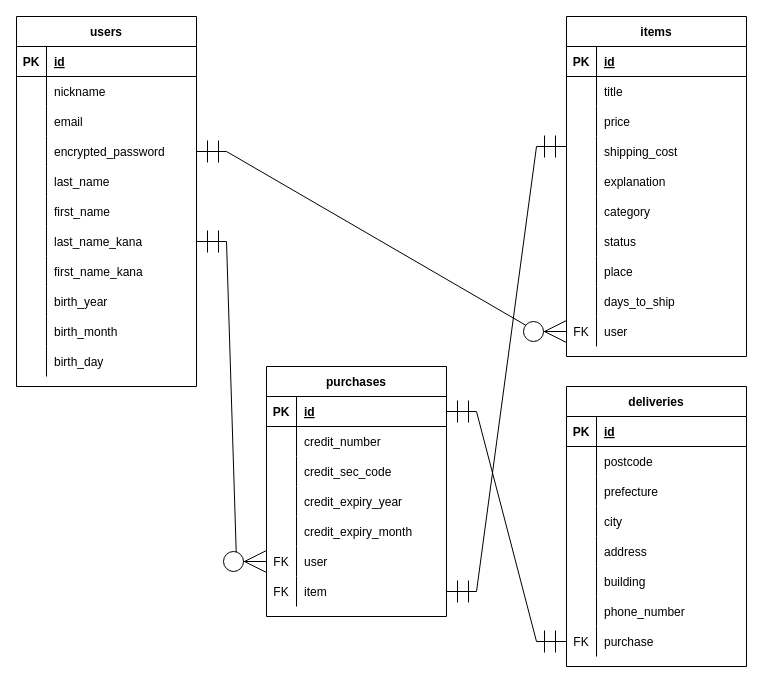
Above: .dio in satomi46/furima-38686 (draw.io), before the change. Source tidied: cells renumbered, new cells numbered last; positions are measured from the earlier drawing's top-left corner, leaving out a move shared by most shapes. Both pictures are drawn from the tidied source at 100%, with x=0, y=0 at pixel (16, 16).
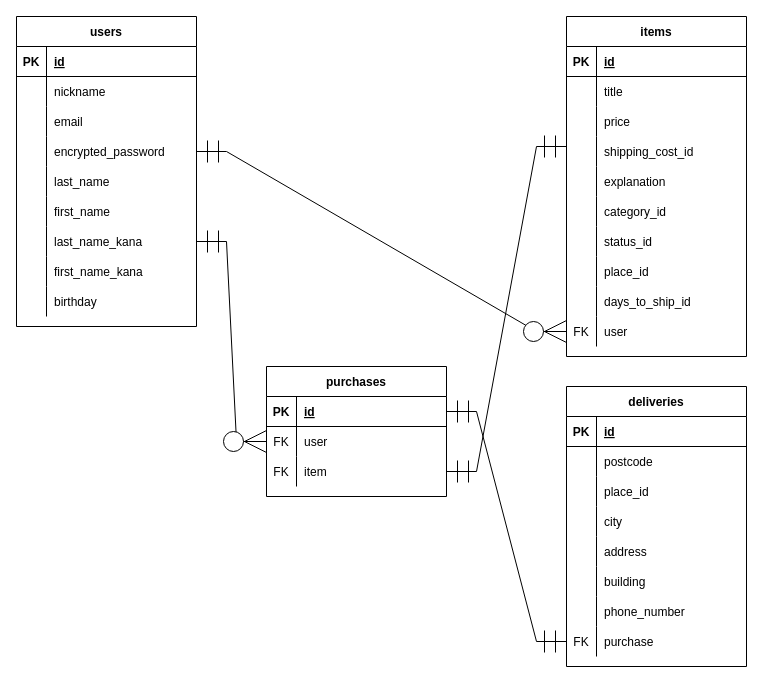
After the change.

The change refers to these unchanged cells:
```xml
<mxCell id="27" style="shape=partialRectangle;fillColor=none;top=0;left=0;bottom=0;right=0;rounded=0;" parent="2" vertex="1">
  <mxGeometry y="270" width="180" height="30" as="geometry" />
</mxCell>
<mxCell id="46" style="shape=partialRectangle;fillColor=none;top=0;left=0;bottom=0;right=0;rounded=0;" parent="36" vertex="1">
  <mxGeometry y="120" width="180" height="30" as="geometry" />
</mxCell>
<mxCell id="52" style="shape=partialRectangle;fillColor=none;top=0;left=0;bottom=0;right=0;rounded=0;" parent="36" vertex="1">
  <mxGeometry y="180" width="180" height="30" as="geometry" />
</mxCell>
<mxCell id="55" style="shape=partialRectangle;fillColor=none;top=0;left=0;bottom=0;right=0;rounded=0;" parent="36" vertex="1">
  <mxGeometry y="210" width="180" height="30" as="geometry" />
</mxCell>
<mxCell id="58" style="shape=partialRectangle;fillColor=none;top=0;left=0;bottom=0;right=0;rounded=0;" parent="36" vertex="1">
  <mxGeometry y="240" width="180" height="30" as="geometry" />
</mxCell>
<mxCell id="61" style="shape=partialRectangle;fillColor=none;top=0;left=0;bottom=0;right=0;rounded=0;" parent="36" vertex="1">
  <mxGeometry y="270" width="180" height="30" as="geometry" />
</mxCell>
<mxCell id="96" style="shape=partialRectangle;fillColor=none;top=0;left=0;bottom=0;right=0;rounded=0;" parent="89" vertex="1">
  <mxGeometry y="90" width="180" height="30" as="geometry" />
</mxCell>
```

Change to the diagram source:
```diff
@@
     <mxCell id="2" value="users" style="shape=table;startSize=30;childLayout=tableLayout;rowLines=0;fontStyle=1;align=center;rounded=0;" parent="1" vertex="1">
-      <mxGeometry width="180" height="370" as="geometry" />
+      <mxGeometry width="180" height="310" as="geometry" />
     </mxCell>
@@
-    <mxCell id="29" value="birth_year" style="shape=partialRectangle;fillColor=none;top=0;left=0;bottom=0;right=0;align=left;spacingLeft=6;overflow=hidden;rounded=0;" parent="27" vertex="1">
+    <mxCell id="29" value="birthday" style="shape=partialRectangle;fillColor=none;top=0;left=0;bottom=0;right=0;align=left;spacingLeft=6;overflow=hidden;rounded=0;" parent="27" vertex="1">
       <mxGeometry x="30" width="150" height="30" as="geometry" />
     </mxCell>
-    <mxCell id="30" style="shape=partialRectangle;fillColor=none;top=0;left=0;bottom=0;right=0;rounded=0;" parent="2" vertex="1">
-      <mxGeometry y="300" width="180" height="30" as="geometry" />
-    </mxCell>
-    <mxCell id="31" style="shape=partialRectangle;fillColor=none;top=0;left=0;bottom=0;right=0;overflow=hidden;rounded=0;" parent="30" vertex="1">
-      <mxGeometry width="30" height="30" as="geometry" />
-    </mxCell>
-    <mxCell id="32" value="birth_month" style="shape=partialRectangle;fillColor=none;top=0;left=0;bottom=0;right=0;align=left;spacingLeft=6;overflow=hidden;rounded=0;" parent="30" vertex="1">
-      <mxGeometry x="30" width="150" height="30" as="geometry" />
-    </mxCell>
-    <mxCell id="33" style="shape=partialRectangle;fillColor=none;top=0;left=0;bottom=0;right=0;rounded=0;" parent="2" vertex="1">
-      <mxGeometry y="330" width="180" height="30" as="geometry" />
-    </mxCell>
-    <mxCell id="34" style="shape=partialRectangle;fillColor=none;top=0;left=0;bottom=0;right=0;overflow=hidden;rounded=0;" parent="33" vertex="1">
-      <mxGeometry width="30" height="30" as="geometry" />
-    </mxCell>
-    <mxCell id="35" value="birth_day" style="shape=partialRectangle;fillColor=none;top=0;left=0;bottom=0;right=0;align=left;spacingLeft=6;overflow=hidden;rounded=0;" parent="33" vertex="1">
-      <mxGeometry x="30" width="150" height="30" as="geometry" />
-    </mxCell>
@@
-    <mxCell id="48" value="shipping_cost" style="shape=partialRectangle;fillColor=none;top=0;left=0;bottom=0;right=0;align=left;spacingLeft=6;overflow=hidden;rounded=0;" parent="46" vertex="1">
+    <mxCell id="48" value="shipping_cost_id" style="shape=partialRectangle;fillColor=none;top=0;left=0;bottom=0;right=0;align=left;spacingLeft=6;overflow=hidden;rounded=0;" parent="46" vertex="1">
       <mxGeometry x="30" width="150" height="30" as="geometry" />
     </mxCell>
@@
-    <mxCell id="54" value="category" style="shape=partialRectangle;fillColor=none;top=0;left=0;bottom=0;right=0;align=left;spacingLeft=6;overflow=hidden;rounded=0;" parent="52" vertex="1">
+    <mxCell id="54" value="category_id" style="shape=partialRectangle;fillColor=none;top=0;left=0;bottom=0;right=0;align=left;spacingLeft=6;overflow=hidden;rounded=0;" parent="52" vertex="1">
       <mxGeometry x="30" width="150" height="30" as="geometry" />
     </mxCell>
@@
-    <mxCell id="57" value="status" style="shape=partialRectangle;fillColor=none;top=0;left=0;bottom=0;right=0;align=left;spacingLeft=6;overflow=hidden;rounded=0;" parent="55" vertex="1">
+    <mxCell id="57" value="status_id" style="shape=partialRectangle;fillColor=none;top=0;left=0;bottom=0;right=0;align=left;spacingLeft=6;overflow=hidden;rounded=0;" parent="55" vertex="1">
       <mxGeometry x="30" width="150" height="30" as="geometry" />
     </mxCell>
@@
-    <mxCell id="60" value="place" style="shape=partialRectangle;fillColor=none;top=0;left=0;bottom=0;right=0;align=left;spacingLeft=6;overflow=hidden;rounded=0;" parent="58" vertex="1">
+    <mxCell id="60" value="place_id" style="shape=partialRectangle;fillColor=none;top=0;left=0;bottom=0;right=0;align=left;spacingLeft=6;overflow=hidden;rounded=0;" parent="58" vertex="1">
       <mxGeometry x="30" width="150" height="30" as="geometry" />
     </mxCell>
@@
-    <mxCell id="63" value="days_to_ship" style="shape=partialRectangle;fillColor=none;top=0;left=0;bottom=0;right=0;align=left;spacingLeft=6;overflow=hidden;rounded=0;" parent="61" vertex="1">
+    <mxCell id="63" value="days_to_ship_id" style="shape=partialRectangle;fillColor=none;top=0;left=0;bottom=0;right=0;align=left;spacingLeft=6;overflow=hidden;rounded=0;" parent="61" vertex="1">
       <mxGeometry x="30" width="150" height="30" as="geometry" />
     </mxCell>
@@
     <mxCell id="67" value="purchases" style="shape=table;startSize=30;childLayout=tableLayout;rowLines=0;fontStyle=1;align=center;rounded=0;" parent="1" vertex="1">
-      <mxGeometry x="250" y="350" width="180" height="250" as="geometry" />
+      <mxGeometry x="250" y="350" width="180" height="130" as="geometry" />
     </mxCell>
@@
-    <mxCell id="71" style="shape=partialRectangle;fillColor=none;top=0;left=0;bottom=0;right=0;rounded=0;" parent="67" vertex="1">
-      <mxGeometry y="60" width="180" height="30" as="geometry" />
-    </mxCell>
-    <mxCell id="72" style="shape=partialRectangle;fillColor=none;top=0;left=0;bottom=0;right=0;overflow=hidden;rounded=0;" parent="71" vertex="1">
-      <mxGeometry width="30" height="30" as="geometry" />
-    </mxCell>
-    <mxCell id="73" value="credit_number" style="shape=partialRectangle;fillColor=none;top=0;left=0;bottom=0;right=0;align=left;spacingLeft=6;overflow=hidden;rounded=0;" parent="71" vertex="1">
-      <mxGeometry x="30" width="150" height="30" as="geometry" />
-    </mxCell>
-    <mxCell id="74" style="shape=partialRectangle;fillColor=none;top=0;left=0;bottom=0;right=0;rounded=0;" parent="67" vertex="1">
-      <mxGeometry y="90" width="180" height="30" as="geometry" />
-    </mxCell>
-    <mxCell id="75" style="shape=partialRectangle;fillColor=none;top=0;left=0;bottom=0;right=0;overflow=hidden;rounded=0;" parent="74" vertex="1">
-      <mxGeometry width="30" height="30" as="geometry" />
-    </mxCell>
-    <mxCell id="76" value="credit_sec_code" style="shape=partialRectangle;fillColor=none;top=0;left=0;bottom=0;right=0;align=left;spacingLeft=6;overflow=hidden;rounded=0;" parent="74" vertex="1">
-      <mxGeometry x="30" width="150" height="30" as="geometry" />
-    </mxCell>
-    <mxCell id="77" style="shape=partialRectangle;fillColor=none;top=0;left=0;bottom=0;right=0;rounded=0;" parent="67" vertex="1">
-      <mxGeometry y="120" width="180" height="30" as="geometry" />
-    </mxCell>
-    <mxCell id="78" style="shape=partialRectangle;fillColor=none;top=0;left=0;bottom=0;right=0;overflow=hidden;rounded=0;" parent="77" vertex="1">
-      <mxGeometry width="30" height="30" as="geometry" />
-    </mxCell>
-    <mxCell id="79" value="credit_expiry_year" style="shape=partialRectangle;fillColor=none;top=0;left=0;bottom=0;right=0;align=left;spacingLeft=6;overflow=hidden;rounded=0;" parent="77" vertex="1">
-      <mxGeometry x="30" width="150" height="30" as="geometry" />
-    </mxCell>
-    <mxCell id="80" style="shape=partialRectangle;fillColor=none;top=0;left=0;bottom=0;right=0;rounded=0;" parent="67" vertex="1">
-      <mxGeometry y="150" width="180" height="30" as="geometry" />
-    </mxCell>
-    <mxCell id="81" style="shape=partialRectangle;fillColor=none;top=0;left=0;bottom=0;right=0;overflow=hidden;rounded=0;" parent="80" vertex="1">
-      <mxGeometry width="30" height="30" as="geometry" />
-    </mxCell>
-    <mxCell id="82" value="credit_expiry_month" style="shape=partialRectangle;fillColor=none;top=0;left=0;bottom=0;right=0;align=left;spacingLeft=6;overflow=hidden;rounded=0;" parent="80" vertex="1">
-      <mxGeometry x="30" width="150" height="30" as="geometry" />
-    </mxCell>
     <mxCell id="83" style="shape=partialRectangle;fillColor=none;top=0;left=0;bottom=0;right=0;points=[[0,0.5],[1,0.5]];portConstraint=eastwest;rounded=0;" parent="67" vertex="1">
-      <mxGeometry y="180" width="180" height="30" as="geometry" />
+      <mxGeometry y="60" width="180" height="30" as="geometry" />
     </mxCell>
@@
     <mxCell id="86" style="shape=partialRectangle;fillColor=none;top=0;left=0;bottom=0;right=0;points=[[0,0.5],[1,0.5]];portConstraint=eastwest;rounded=0;" parent="67" vertex="1">
-      <mxGeometry y="210" width="180" height="30" as="geometry" />
+      <mxGeometry y="90" width="180" height="30" as="geometry" />
     </mxCell>
@@
-    <mxCell id="98" value="prefecture" style="shape=partialRectangle;fillColor=none;top=0;left=0;bottom=0;right=0;align=left;spacingLeft=6;overflow=hidden;rounded=0;" parent="96" vertex="1">
+    <mxCell id="98" value="place_id" style="shape=partialRectangle;fillColor=none;top=0;left=0;bottom=0;right=0;align=left;spacingLeft=6;overflow=hidden;rounded=0;" parent="96" vertex="1">
       <mxGeometry x="30" width="150" height="30" as="geometry" />
     </mxCell>
```
